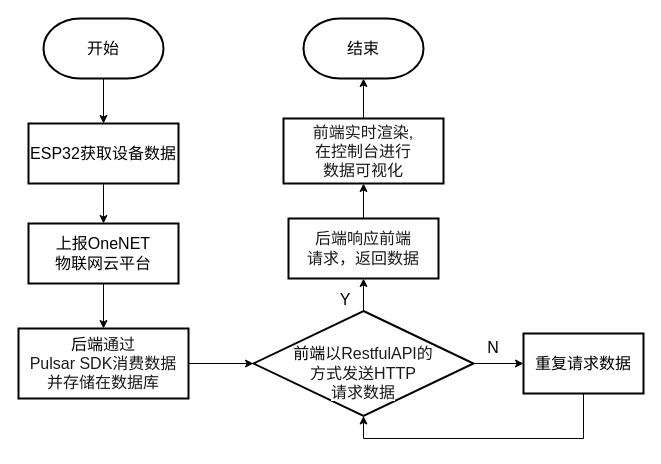
zhangruyi3906/img keeps this draw.io diagram as 数据可视化.drawio. Above is the earlier version. Source tidied: cells renumbered, new cells numbered last; positions are measured from the earlier drawing's top-left corner, leaving out a move shared by most shapes. Both pictures are drawn from the tidied source at 100%, with x=0, y=0 at pixel (18, 18).
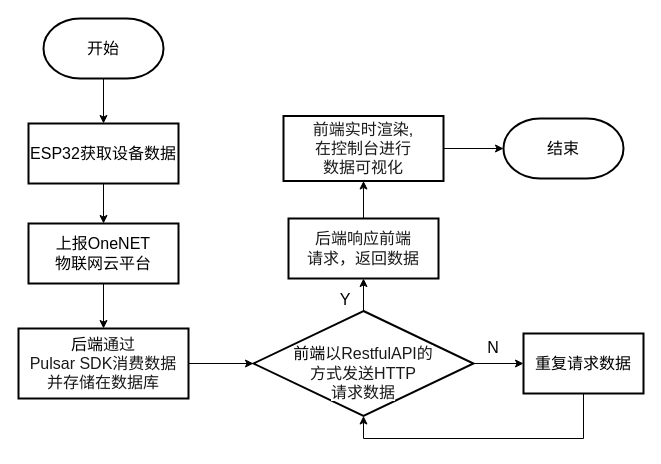
The same diagram, later.

Commit message (it also covers changes not shown here):
更新数据可视化.drawio

Diff of the diagram source:
```diff
@@
-    <mxCell id="16" style="edgeStyle=orthogonalEdgeStyle;rounded=0;jettySize=auto;html=1;entryX=0.5;entryY=1;entryDx=0;entryDy=0;entryPerimeter=0;" parent="1" edge="1" source="17" target="18">
+    <mxCell id="16" style="edgeStyle=orthogonalEdgeStyle;rounded=0;jettySize=auto;html=1;" parent="1" edge="1" source="17" target="18">
       <mxGeometry relative="1" as="geometry" />
     </mxCell>
     <mxCell id="17" value="&lt;span style=&quot;white-space-collapse: preserve; color: rgba(0, 0, 0, 0.9); text-align: left; background-color: rgb(255, 255, 255);&quot;&gt;&lt;font face=&quot;Helvetica&quot; style=&quot;font-size: 16px;&quot;&gt;前端&lt;/font&gt;&lt;/span&gt;&lt;span style=&quot;font-size: 16px; white-space-collapse: preserve; color: rgba(0, 0, 0, 0.9); text-align: left; background-color: rgb(255, 255, 255);&quot;&gt;实时渲染,&lt;/span&gt;&lt;div&gt;&lt;span style=&quot;font-size: 16px; white-space-collapse: preserve; background-color: rgb(255, 255, 255); color: rgba(0, 0, 0, 0.9); text-align: left;&quot;&gt;在控制台进行&lt;/span&gt;&lt;/div&gt;&lt;div&gt;&lt;span style=&quot;font-size: 16px; white-space-collapse: preserve; background-color: rgb(255, 255, 255); color: rgba(0, 0, 0, 0.9); text-align: left;&quot;&gt;数据可视化&lt;/span&gt;&lt;/div&gt;" style="whiteSpace=wrap;html=1;strokeWidth=2;labelBackgroundColor=none;" parent="1" vertex="1">
-      <mxGeometry x="265" y="100" width="160" height="65" as="geometry" />
+      <mxGeometry x="265" y="97.5" width="160" height="65" as="geometry" />
     </mxCell>
     <mxCell id="18" value="&lt;span style=&quot;font-size: 16px;&quot;&gt;结束&lt;/span&gt;" style="strokeWidth=2;html=1;shape=mxgraph.flowchart.terminator;whiteSpace=wrap;" parent="1" vertex="1">
-      <mxGeometry x="285" width="120" height="60" as="geometry" />
+      <mxGeometry x="485" y="100" width="120" height="60" as="geometry" />
     </mxCell>
```
